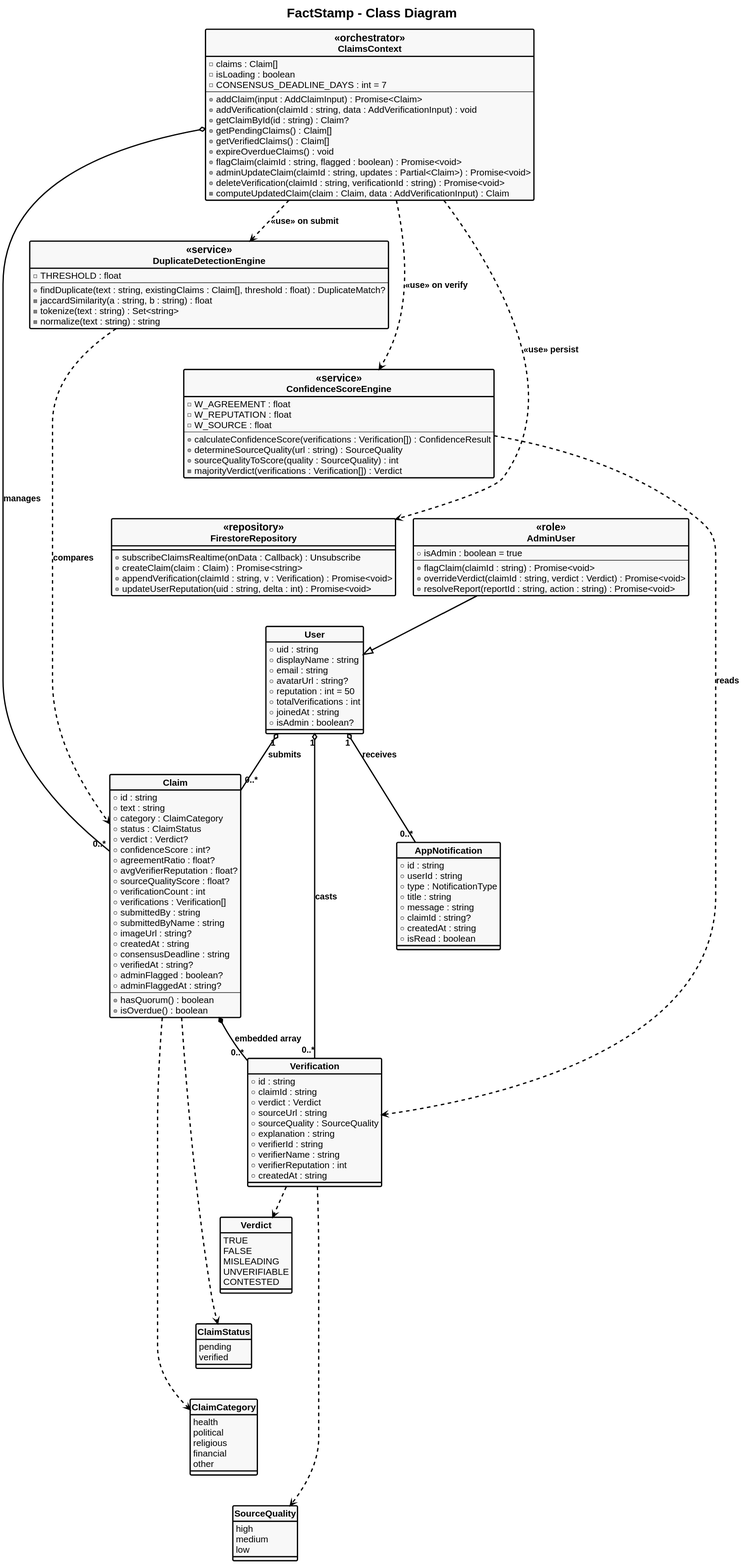
Earlier version of the PlantUML export FactStamp/black_book_draft/03_Requirements_and_Analysis/attachments/class_diagram.svg (aadish0day/typst).
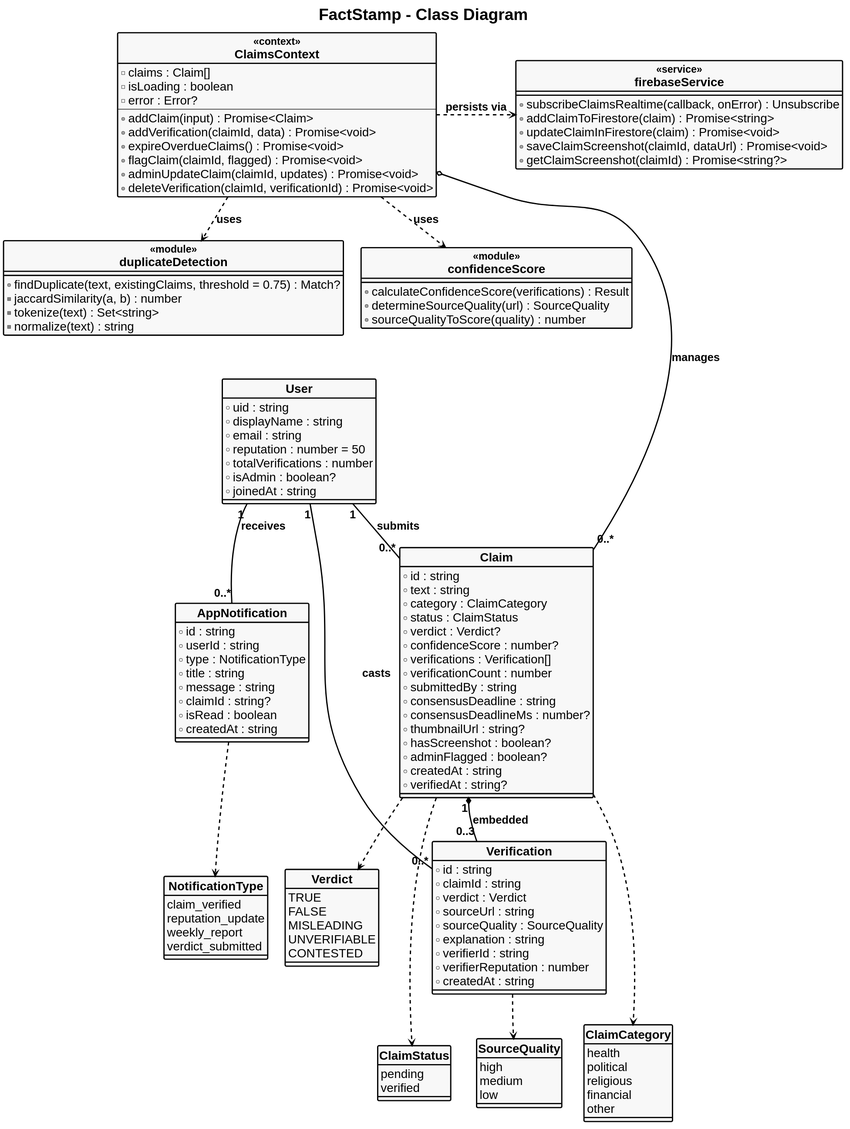
The same file after the commit.

What changed in the source:
```diff
@@ -4,13 +4,13 @@
 skinparam defaultFontName "Liberation Sans"
 skinparam defaultFontSize 20
 skinparam defaultFontStyle bold
-skinparam titleFontSize 26
+skinparam titleFontSize 32
 skinparam titleFontStyle bold
 
 skinparam backgroundColor white
 skinparam ArrowColor black
 skinparam ArrowThickness 2.5
-skinparam ArrowFontSize 17
+skinparam ArrowFontSize 22
 skinparam ArrowFontStyle bold
 
 skinparam EntityBorderColor black
@@ -22,54 +22,55 @@
 skinparam ClassBorderColor black
 skinparam ClassBorderThickness 2.5
 skinparam ClassBackgroundColor #F8F9FA
-skinparam ClassFontSize 22
+skinparam ClassFontSize 26
 skinparam ClassFontStyle bold
-skinparam ClassAttributeFontSize 18
+skinparam ClassAttributeFontSize 24
 
 title FactStamp - Class Diagram
 
-class ClaimsContext <<orchestrator>> {
+
+class ClaimsContext <<context>> {
   - claims : Claim[]
   - isLoading : boolean
-  - CONSENSUS_DEADLINE_DAYS : int = 7
+  - error : Error?
   --
-  + addClaim(input : AddClaimInput) : Promise<Claim>
-  + addVerification(claimId : string, data : AddVerificationInput) : void
-  + getClaimById(id : string) : Claim?
-  + getPendingClaims() : Claim[]
-  + getVerifiedClaims() : Claim[]
-  + expireOverdueClaims() : void
-  + flagClaim(claimId : string, flagged : boolean) : Promise<void>
-  + adminUpdateClaim(claimId : string, updates : Partial<Claim>) : Promise<void>
-  + deleteVerification(claimId : string, verificationId : string) : Promise<void>
-  - computeUpdatedClaim(claim : Claim, data : AddVerificationInput) : Claim
+  + addClaim(input) : Promise<Claim>
+  + addVerification(claimId, data) : Promise<void>
+  + expireOverdueClaims() : Promise<void>
+  + flagClaim(claimId, flagged) : Promise<void>
+  + adminUpdateClaim(claimId, updates) : Promise<void>
+  + deleteVerification(claimId, verificationId) : Promise<void>
 }
 
-class DuplicateDetectionEngine <<service>> {
-  - THRESHOLD : float
-  --
-  + findDuplicate(text : string, existingClaims : Claim[], threshold : float) : DuplicateMatch?
-  - jaccardSimilarity(a : string, b : string) : float
-  - tokenize(text : string) : Set<string>
-  - normalize(text : string) : string
+class firebaseService <<service>> {
+  + subscribeClaimsRealtime(callback, onError) : Unsubscribe
+  + addClaimToFirestore(claim) : Promise<string>
+  + updateClaimInFirestore(claim) : Promise<void>
+  + saveClaimScreenshot(claimId, dataUrl) : Promise<void>
+  + getClaimScreenshot(claimId) : Promise<string?>
 }
 
-class ConfidenceScoreEngine <<service>> {
-  - W_AGREEMENT : float
-  - W_REPUTATION : float
-  - W_SOURCE : float
-  --
-  + calculateConfidenceScore(verifications : Verification[]) : ConfidenceResult
-  + determineSourceQuality(url : string) : SourceQuality
-  + sourceQualityToScore(quality : SourceQuality) : int
-  - majorityVerdict(verifications : Verification[]) : Verdict
+class duplicateDetection <<module>> {
+  + findDuplicate(text, existingClaims, threshold = 0.75) : Match?
+  - jaccardSimilarity(a, b) : number
+  - tokenize(text) : Set<string>
+  - normalize(text) : string
 }
 
-class FirestoreRepository <<repository>> {
-  + subscribeClaimsRealtime(onData : Callback) : Unsubscribe
-  + createClaim(claim : Claim) : Promise<string>
-  + appendVerification(claimId : string, v : Verification) : Promise<void>
-  + updateUserReputation(uid : string, delta : int) : Promise<void>
+class confidenceScore <<module>> {
+  + calculateConfidenceScore(verifications) : Result
+  + determineSourceQuality(url) : SourceQuality
+  + sourceQualityToScore(quality) : number
+}
+
+class User {
+  + uid : string
+  + displayName : string
+  + email : string
+  + reputation : number = 50
+  + totalVerifications : number
+  + isAdmin : boolean?
+  + joinedAt : string
 }
 
 class Claim {
@@ -78,23 +79,17 @@
   + category : ClaimCategory
   + status : ClaimStatus
   + verdict : Verdict?
-  + confidenceScore : int?
-  + agreementRatio : float?
-  + avgVerifierReputation : float?
-  + sourceQualityScore : float?
-  + verificationCount : int
+  + confidenceScore : number?
   + verifications : Verification[]
+  + verificationCount : number
   + submittedBy : string
-  + submittedByName : string
-  + imageUrl : string?
+  + consensusDeadline : string
+  + consensusDeadlineMs : number?
+  + thumbnailUrl : string?
+  + hasScreenshot : boolean?
+  + adminFlagged : boolean?
   + createdAt : string
-  + consensusDeadline : string
   + verifiedAt : string?
-  + adminFlagged : boolean?
-  + adminFlaggedAt : string?
-  --
-  + hasQuorum() : boolean
-  + isOverdue() : boolean
 }
 
 class Verification {
@@ -105,28 +100,8 @@
   + sourceQuality : SourceQuality
   + explanation : string
   + verifierId : string
-  + verifierName : string
-  + verifierReputation : int
+  + verifierReputation : number
   + createdAt : string
-}
-
-class User {
-  + uid : string
-  + displayName : string
-  + email : string
-  + avatarUrl : string?
-  + reputation : int = 50
-  + totalVerifications : int
-  + joinedAt : string
-  + isAdmin : boolean?
-}
-
-class AdminUser <<role>> {
-  + isAdmin : boolean = true
-  --
-  + flagClaim(claimId : string) : Promise<void>
-  + overrideVerdict(claimId : string, verdict : Verdict) : Promise<void>
-  + resolveReport(reportId : string, action : string) : Promise<void>
 }
 
 class AppNotification {
@@ -136,8 +111,8 @@
   + title : string
   + message : string
   + claimId : string?
+  + isRead : boolean
   + createdAt : string
-  + isRead : boolean
 }
 
 enum Verdict {
@@ -167,31 +142,40 @@
   low
 }
 
-ClaimsContext ..> DuplicateDetectionEngine : <<use>> on submit
-ClaimsContext ..> ConfidenceScoreEngine : <<use>> on verify
-ClaimsContext ..> FirestoreRepository : <<use>> persist
+enum NotificationType {
+  claim_verified
+  reputation_update
+  weekly_report
+  verdict_submitted
+}
+
+ClaimsContext ..> duplicateDetection : uses
+ClaimsContext ..> confidenceScore : uses
+ClaimsContext ..> firebaseService : persists via
 ClaimsContext o-- "0..*" Claim : manages
 
-DuplicateDetectionEngine ..> Claim : compares
-ConfidenceScoreEngine ..> Verification : reads
-
-User "1" o-- "0..*" Claim : submits
-User "1" o-- "0..*" Verification : casts
-User "1" o-- "0..*" AppNotification : receives
-AdminUser --|> User
-
-Claim *-- "0..*" Verification : embedded array
+User "1" -- "0..*" Claim : submits
+User "1" -- "0..*" Verification : casts
+User "1" -- "0..*" AppNotification : receives
+Claim "1" *-- "0..3" Verification : embedded
 
 Claim ..> ClaimStatus
 Claim ..> ClaimCategory
-Verification ..> Verdict
+Claim ..> Verdict
 Verification ..> SourceQuality
+AppNotification ..> NotificationType
 
-DuplicateDetectionEngine -[hidden]down-> ConfidenceScoreEngine
-ConfidenceScoreEngine -[hidden]down-> FirestoreRepository
-FirestoreRepository -[hidden]down-> User
-AdminUser -[hidden]down-> AppNotification
-Verdict -[hidden]down-> ClaimStatus
-ClaimStatus -[hidden]down-> ClaimCategory
-ClaimCategory -[hidden]down-> SourceQuality
+ClaimsContext -[hidden]right- firebaseService
+ClaimsContext -[hidden]down- duplicateDetection
+firebaseService -[hidden]down- confidenceScore
+duplicateDetection -[hidden]right- confidenceScore
+duplicateDetection -[hidden]down- User
+confidenceScore -[hidden]down- Claim
+User -[hidden]down- AppNotification
+Claim -[hidden]down- Verification
+AppNotification -[hidden]down- Verdict
+AppNotification -[hidden]down- NotificationType
+Verification -[hidden]down- SourceQuality
+Verification -[hidden]down- ClaimStatus
+Verification -[hidden]down- ClaimCategory
 @enduml
```
